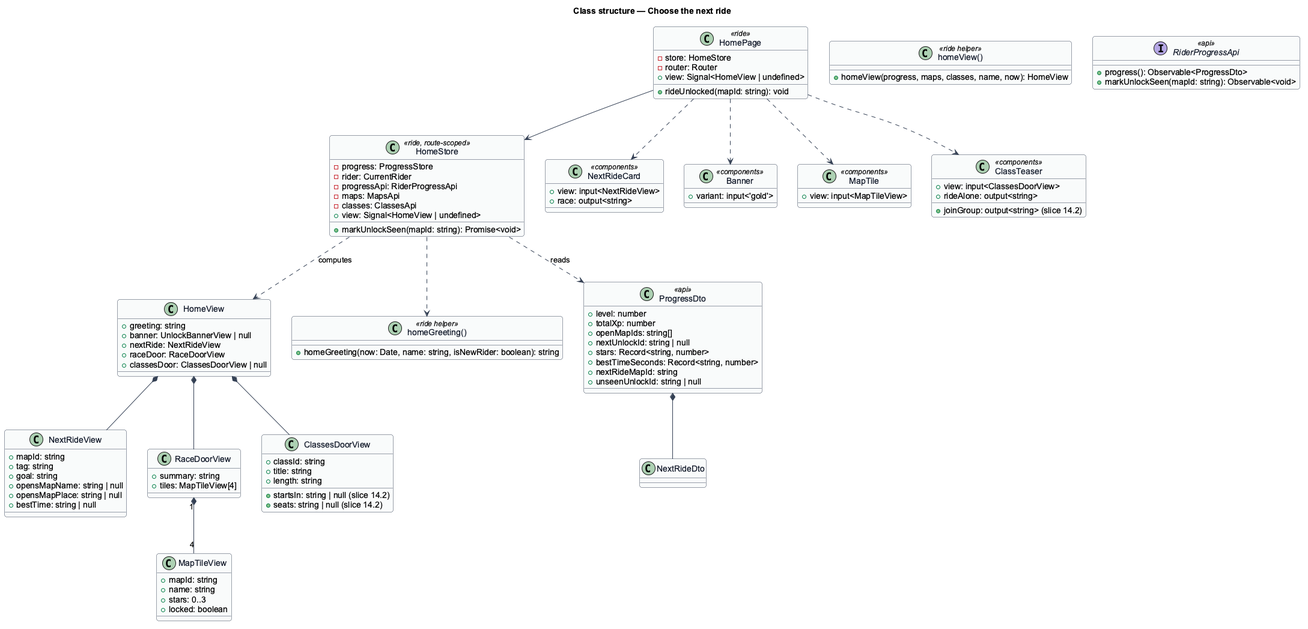
Earlier version of the PlantUML export docs/detailed-designs/home/choose-the-next-ride/diagrams/class-structure.png (QuinntyneBrown/ride-one).
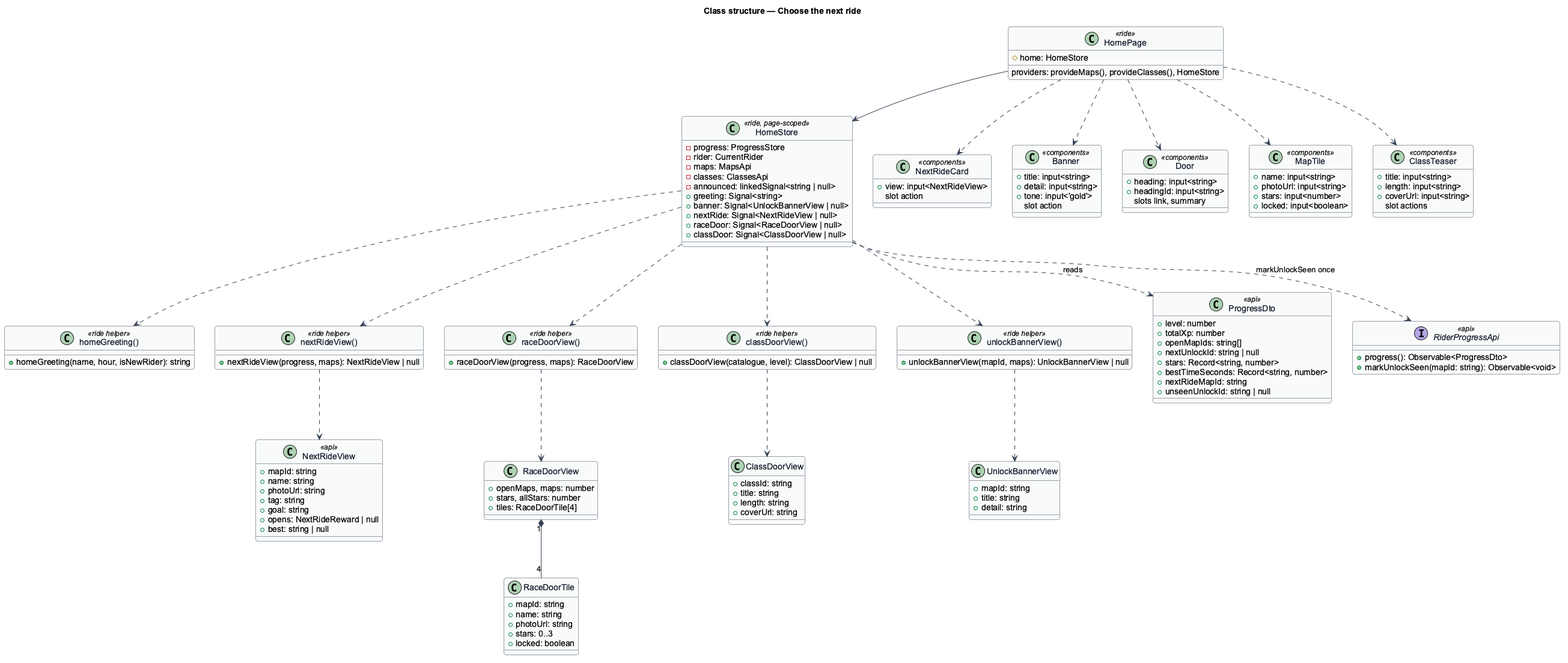
Later version of the same file.

Commit message:
Bring the next-ride design in line with what was built (slice 13.2)

Change to the diagram source:
```diff
@@ -11,57 +11,67 @@
 }
 title Class structure — Choose the next ride
 class HomePage <<ride>> {
-  -store: HomeStore
-  -router: Router
-  +view: Signal<HomeView | undefined>
-  +rideUnlocked(mapId: string): void
+  #home: HomeStore
+  providers: provideMaps(), provideClasses(), HomeStore
 }
-class HomeStore <<ride, route-scoped>> {
+class HomeStore <<ride, page-scoped>> {
   -progress: ProgressStore
   -rider: CurrentRider
-  -progressApi: RiderProgressApi
   -maps: MapsApi
   -classes: ClassesApi
-  +view: Signal<HomeView | undefined>
-  +markUnlockSeen(mapId: string): Promise<void>
+  -announced: linkedSignal<string | null>
+  +greeting: Signal<string>
+  +banner: Signal<UnlockBannerView | null>
+  +nextRide: Signal<NextRideView | null>
+  +raceDoor: Signal<RaceDoorView | null>
+  +classDoor: Signal<ClassDoorView | null>
 }
-class HomeView {
-  +greeting: string
-  +banner: UnlockBannerView | null
-  +nextRide: NextRideView
-  +raceDoor: RaceDoorView
-  +classesDoor: ClassesDoorView | null
+class "homeGreeting()" as greet <<ride helper>> {
+  +homeGreeting(name, hour, isNewRider): string
 }
-class "homeView()" as homeView <<ride helper>> {
-  +homeView(progress, maps, classes, name, now): HomeView
+class "nextRideView()" as nextRide <<ride helper>> {
+  +nextRideView(progress, maps): NextRideView | null
 }
-class NextRideView {
+class "raceDoorView()" as raceDoor <<ride helper>> {
+  +raceDoorView(progress, maps): RaceDoorView
+}
+class "classDoorView()" as classDoor <<ride helper>> {
+  +classDoorView(catalogue, level): ClassDoorView | null
+}
+class "unlockBannerView()" as banner <<ride helper>> {
+  +unlockBannerView(mapId, maps): UnlockBannerView | null
+}
+class NextRideView <<api>> {
   +mapId: string
+  +name: string
+  +photoUrl: string
   +tag: string
   +goal: string
-  +opensMapName: string | null
-  +opensMapPlace: string | null
-  +bestTime: string | null
+  +opens: NextRideReward | null
+  +best: string | null
 }
 class RaceDoorView {
-  +summary: string
-  +tiles: MapTileView[4]
+  +openMaps, maps: number
+  +stars, allStars: number
+  +tiles: RaceDoorTile[4]
 }
-class MapTileView {
+class RaceDoorTile {
   +mapId: string
   +name: string
+  +photoUrl: string
   +stars: 0..3
   +locked: boolean
 }
-class ClassesDoorView {
+class ClassDoorView {
   +classId: string
   +title: string
   +length: string
-  +startsIn: string | null (slice 14.2)
-  +seats: string | null (slice 14.2)
+  +coverUrl: string
 }
-class "homeGreeting()" as greet <<ride helper>> {
-  +homeGreeting(now: Date, name: string, isNewRider: boolean): string
+class UnlockBannerView {
+  +mapId: string
+  +title: string
+  +detail: string
 }
 class ProgressDto <<api>> {
   +level: number
@@ -79,30 +89,47 @@
 }
 class NextRideCard <<components>> {
   +view: input<NextRideView>
-  +race: output<string>
+  slot action
 }
 class Banner <<components>> {
-  +variant: input<'gold'>
+  +title: input<string>
+  +detail: input<string>
+  +tone: input<'gold'>
+  slot action
+}
+class Door <<components>> {
+  +heading: input<string>
+  +headingId: input<string>
+  slots link, summary
 }
 class MapTile <<components>> {
-  +view: input<MapTileView>
+  +name: input<string>
+  +photoUrl: input<string>
+  +stars: input<number>
+  +locked: input<boolean>
 }
 class ClassTeaser <<components>> {
-  +view: input<ClassesDoorView>
-  +joinGroup: output<string> (slice 14.2)
-  +rideAlone: output<string>
+  +title: input<string>
+  +length: input<string>
+  +coverUrl: input<string>
+  slot actions
 }
 HomePage --> HomeStore
+HomePage ..> Banner
 HomePage ..> NextRideCard
-HomePage ..> Banner
+HomePage ..> Door
 HomePage ..> MapTile
 HomePage ..> ClassTeaser
 HomeStore ..> greet
+HomeStore ..> nextRide
+HomeStore ..> raceDoor
+HomeStore ..> classDoor
+HomeStore ..> banner
 HomeStore ..> ProgressDto : reads
-HomeStore ..> HomeView : computes
-HomeView *-- NextRideView
-HomeView *-- RaceDoorView
-HomeView *-- ClassesDoorView
-RaceDoorView "1" *-- "4" MapTileView
-ProgressDto *-- NextRideDto
+HomeStore ..> RiderProgressApi : markUnlockSeen once
+nextRide ..> NextRideView
+raceDoor ..> RaceDoorView
+classDoor ..> ClassDoorView
+banner ..> UnlockBannerView
+RaceDoorView "1" *-- "4" RaceDoorTile
 @enduml
```
